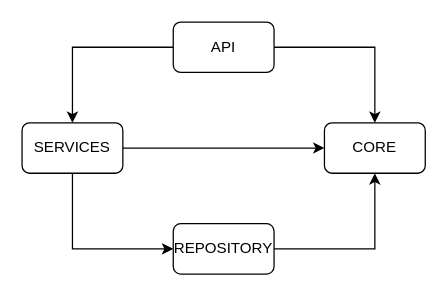
The draw.io diagram img/components_diagram.drawio in carlCarlson6/CamillionCodeAssignment, before the edit. Source tidied: cells renumbered, new cells numbered last; positions are measured from the earlier drawing's top-left corner, leaving out a move shared by most shapes. Both pictures are drawn from the tidied source at 126%, with x=0, y=0 at pixel (21, 21).
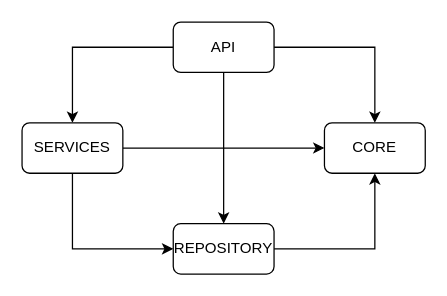
The same diagram, later.

The edit, as a diff of the source:
```diff
@@
 <mxGraphModel>
   <root>
     <mxCell id="0" />
     <mxCell id="1" parent="0" />
     <mxCell id="2" value="CORE" style="rounded=1;whiteSpace=wrap;html=1;" parent="1" vertex="1">
       <mxGeometry x="240" y="80" width="80" height="40" as="geometry" />
     </mxCell>
     <mxCell id="3" style="edgeStyle=orthogonalEdgeStyle;rounded=0;jettySize=auto;html=1;entryX=0.5;entryY=0;entryDx=0;entryDy=0;" parent="1" edge="1" source="5" target="10">
       <mxGeometry relative="1" as="geometry" />
     </mxCell>
     <mxCell id="4" style="edgeStyle=orthogonalEdgeStyle;rounded=0;jettySize=auto;html=1;entryX=0.5;entryY=0;entryDx=0;entryDy=0;" parent="1" edge="1" source="5" target="2">
       <mxGeometry relative="1" as="geometry" />
     </mxCell>
     <mxCell id="5" value="API" style="rounded=1;whiteSpace=wrap;html=1;" parent="1" vertex="1">
       <mxGeometry x="120" width="80" height="40" as="geometry" />
     </mxCell>
     <mxCell id="6" style="edgeStyle=orthogonalEdgeStyle;rounded=0;jettySize=auto;html=1;entryX=0.5;entryY=1;entryDx=0;entryDy=0;" parent="1" edge="1" source="7" target="2">
       <mxGeometry relative="1" as="geometry" />
     </mxCell>
     <mxCell id="7" value="REPOSITORY" style="rounded=1;whiteSpace=wrap;html=1;" parent="1" vertex="1">
       <mxGeometry x="120" y="160" width="80" height="40" as="geometry" />
     </mxCell>
     <mxCell id="8" style="edgeStyle=orthogonalEdgeStyle;rounded=0;jettySize=auto;html=1;entryX=0;entryY=0.5;entryDx=0;entryDy=0;" parent="1" edge="1" source="10" target="7">
       <mxGeometry relative="1" as="geometry">
         <Array as="points">
           <mxPoint x="40" y="180" />
         </Array>
       </mxGeometry>
     </mxCell>
     <mxCell id="9" style="edgeStyle=orthogonalEdgeStyle;rounded=0;jettySize=auto;html=1;entryX=0;entryY=0.5;entryDx=0;entryDy=0;" parent="1" edge="1" source="10" target="2">
       <mxGeometry relative="1" as="geometry" />
     </mxCell>
     <mxCell id="10" value="SERVICES" style="rounded=1;whiteSpace=wrap;html=1;" parent="1" vertex="1">
       <mxGeometry y="80" width="80" height="40" as="geometry" />
     </mxCell>
+    <mxCell id="11" style="endArrow=classic;html=1;exitX=0.5;exitY=1;exitDx=0;exitDy=0;entryX=0.5;entryY=0;entryDx=0;entryDy=0;" parent="1" edge="1" source="5" target="7">
+      <mxGeometry relative="1" as="geometry" />
+    </mxCell>
   </root>
 </mxGraphModel>
```
